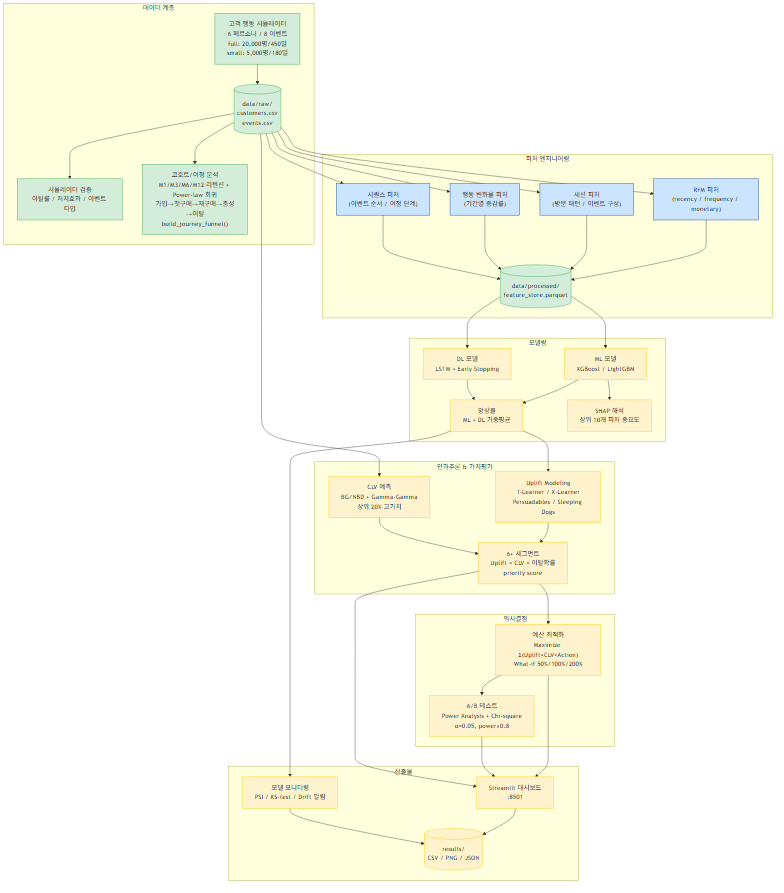
neibler/customer-churn-retention-system keeps this Mermaid diagram as docs/diagrams/architecture_tb.png. Above is the earlier version. Its source is kept beside it as docs/diagrams/architecture_tb.mmd. Its diagram source:
```mermaid
flowchart TB
    subgraph Data["데이터 계층"]
        SIM["고객 행동 시뮬레이터\n6 페르소나 / 8 이벤트\nfull: 20,000명/450일\nsmall: 5,000명/180일"]
        VAL["시뮬레이터 검증\n이탈률 / 처치효과 / 이벤트 타입"]
        RAW[("data/raw/\ncustomers.csv\nevents.csv")]
        COHORT["코호트/여정 분석\nM1/M3/M6/M12 리텐션 + Power-law 회귀\n가입→첫구매→재구매→충성→이탈\nbuild_journey_funnel()"]
        SIM --> RAW --> VAL
        RAW --> COHORT
    end

    subgraph Feature["피처 엔지니어링"]
        RFM["RFM 피처\n(recency / frequency / monetary)"]
        SES["세션 피처\n(방문 패턴 / 이벤트 구성)"]
        BEH["행동 변화율 피처\n(기간별 증감률)"]
        SEQ["시퀀스 피처\n(이벤트 순서 / 여정 단계)"]
        STORE[("data/processed/\nfeature_store.parquet")]
        RAW --> RFM & SES & BEH & SEQ
        RFM & SES & BEH & SEQ --> STORE
    end

    subgraph Model["모델링"]
        ML["ML 모델\nXGBoost / LightGBM"]
        DL["DL 모델\nLSTM + Early Stopping"]
        ENS["앙상블\nML + DL 가중평균"]
        SHAP["SHAP 해석\n상위 10개 피처 중요도"]
        STORE --> ML & DL
        ML & DL --> ENS
        ML --> SHAP
    end

    subgraph Causal["인과추론 & 가치평가"]
        UPLIFT["Uplift Modeling\nT-Learner / X-Learner\nPersuadables / Sleeping Dogs"]
        CLV["CLV 예측\nBG/NBD + Gamma-Gamma\n상위 20% 고가치"]
        SEG["6+ 세그먼트\nUplift × CLV × 이탈확률\npriority score"]
        ENS --> UPLIFT
        RAW --> CLV
        UPLIFT & CLV --> SEG
    end

    subgraph Decision["의사결정"]
        OPT["예산 최적화\nMaximize Σ(Uplift×CLV×Action)\nWhat-if 50%/100%/200%"]
        AB["A/B 테스트\nPower Analysis + Chi-square\nα=0.05, power≥0.8"]
        SEG --> OPT
        OPT --> AB
    end

    subgraph Output["산출물"]
        DASH["Streamlit 대시보드\n:8501"]
        MON["모델 모니터링\nPSI / KS-test / Drift 알림"]
        REPORT[("results/\nCSV / PNG / JSON")]
        OPT & AB & SEG --> DASH
        ENS --> MON
        DASH & MON --> REPORT
    end

    classDef done fill:#d4edda,stroke:#28a745
    classDef wip fill:#fff3cd,stroke:#ffc107
    classDef code fill:#cce5ff,stroke:#004085
    class SIM,VAL,RAW,COHORT,ML,DL,ENS,SHAP,UPLIFT,CLV,SEG,OPT,AB,DASH,MON,REPORT done
    class RFM,SES,BEH,SEQ,STORE code
```
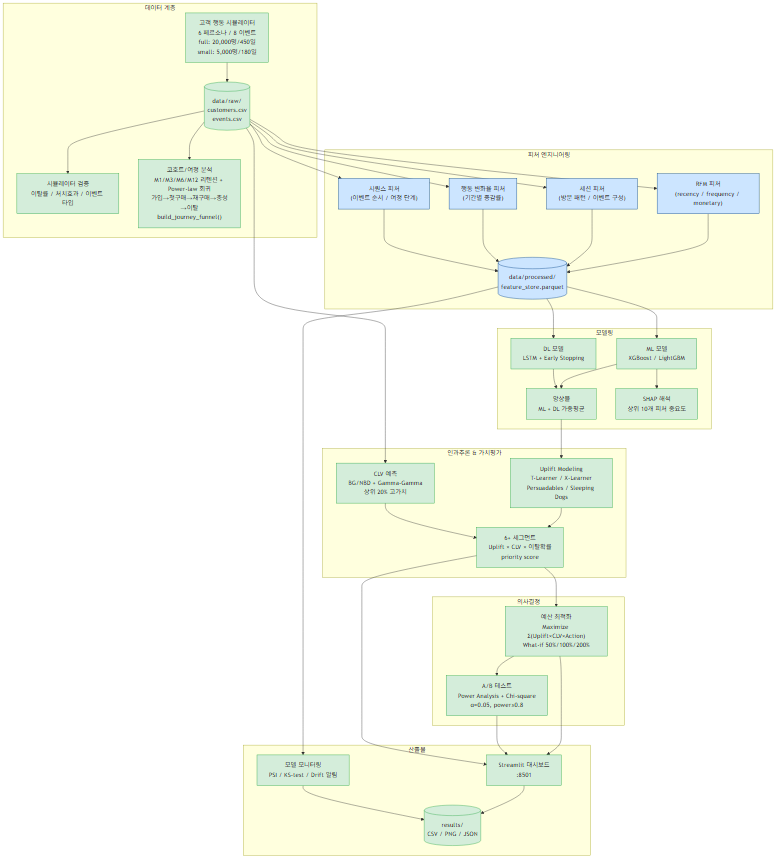
The same file after the commit.

Change to the diagram source:
```diff
@@ -49,7 +49,7 @@
         MON["모델 모니터링\nPSI / KS-test / Drift 알림"]
         REPORT[("results/\nCSV / PNG / JSON")]
         OPT & AB & SEG --> DASH
-        ENS --> MON
+        STORE --> MON
         DASH & MON --> REPORT
     end
 
```
